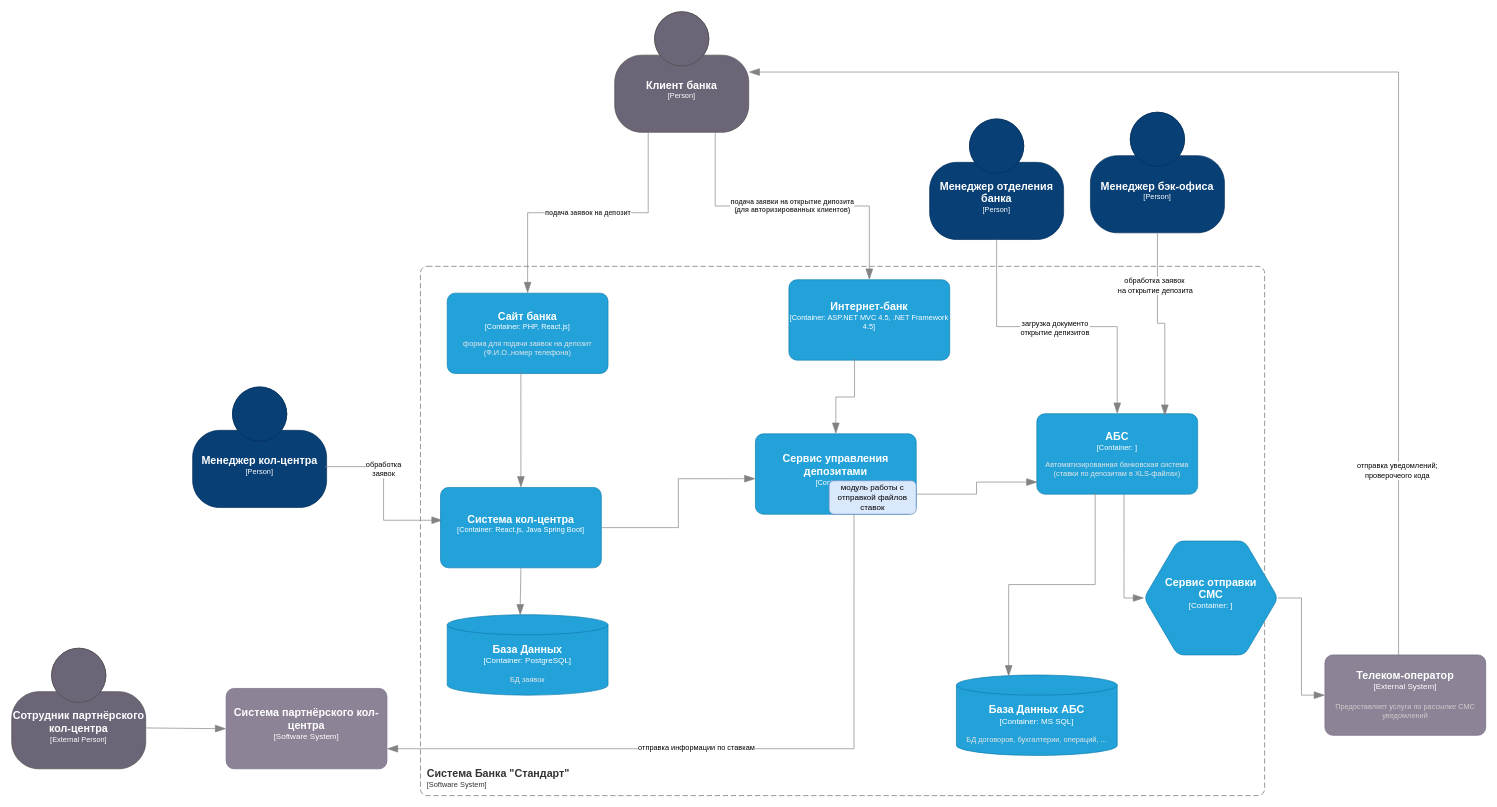
Above: Task4/container_diagram.drawio in drivenfw/architecture-standart (draw.io), before the change. Source tidied: cells renumbered, new cells numbered last; positions are measured from the earlier drawing's top-left corner, leaving out a move shared by most shapes. Both pictures are drawn from the tidied source at 67%, with x=0, y=0 at pixel (11, 11).
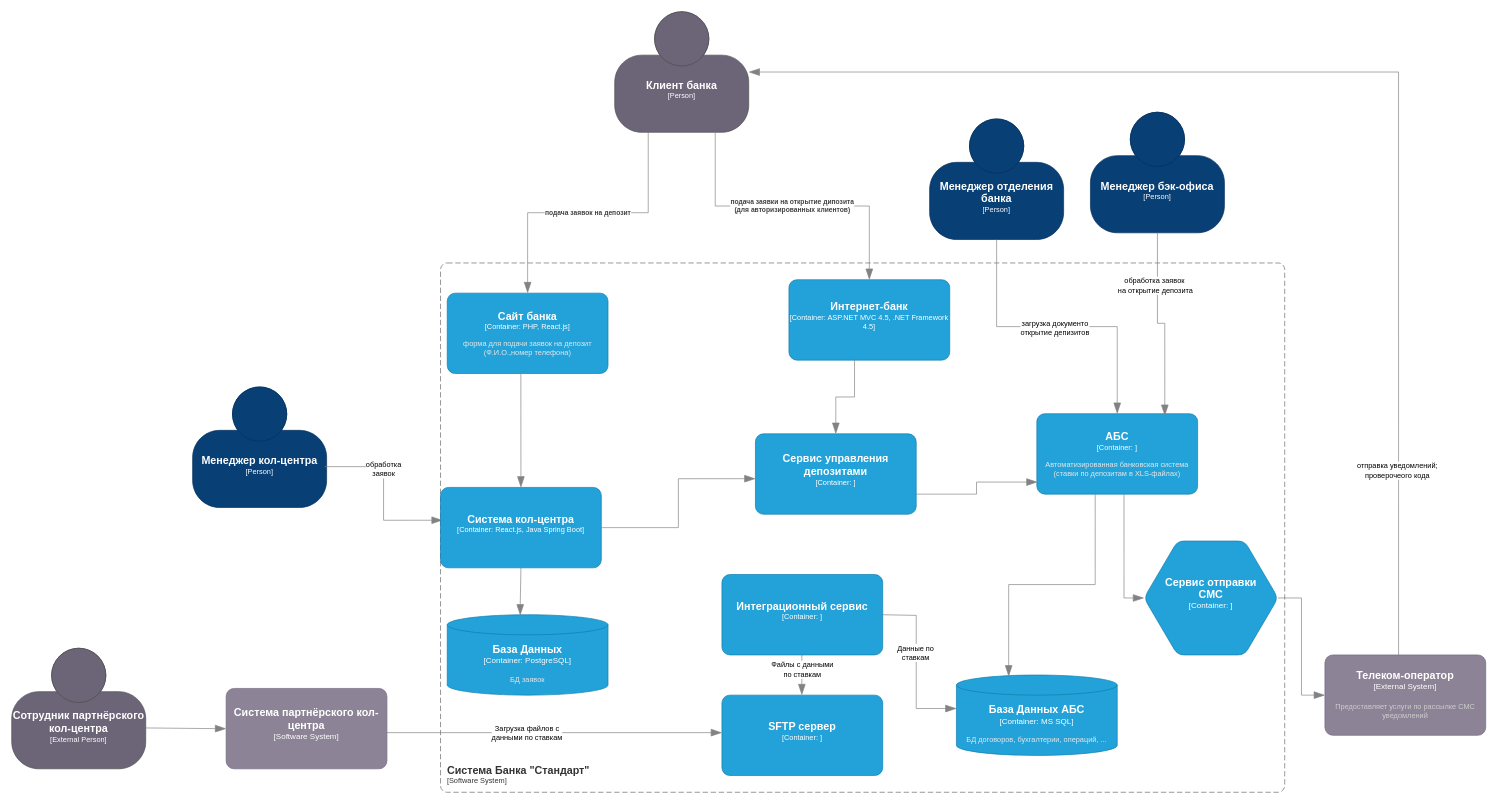
Above is the later version.

Unchanged cells that the change refers to:
```xml
<object id="26" label="&lt;font style=&quot;font-size: 16px&quot;&gt;&lt;b&gt;%c4Name%&lt;/b&gt;&lt;/font&gt;&lt;div&gt;[%c4Type%: %c4Technology%]&lt;/div&gt;&lt;br&gt;&lt;div&gt;&lt;font style=&quot;font-size: 11px&quot;&gt;&lt;font color=&quot;#E6E6E6&quot;&gt;%c4Description%&lt;/font&gt;&lt;/div&gt;" c4Description="" c4Name="Сервис управления&#10;депозитами" c4Technology="" c4Type="Container" placeholders="1">
  <mxCell style="rounded=1;whiteSpace=wrap;html=1;fontSize=11;labelBackgroundColor=none;fillColor=#23A2D9;fontColor=#ffffff;align=center;arcSize=10;strokeColor=#0E7DAD;points=[[0.25,0,0],[0.5,0,0],[0.75,0,0],[1,0.25,0],[1,0.5,0],[1,0.75,0],[0.75,1,0],[0.5,1,0],[0.25,1,0],[0,0.75,0],[0,0.5,0],[0,0.25,0]];" parent="1" vertex="1">
    <mxGeometry x="1110" y="630" width="240" height="120" as="geometry" />
  </mxCell>
</object>
<object id="34" label="&lt;font style=&quot;font-size: 16px&quot;&gt;&lt;b&gt;%c4Name%&lt;/b&gt;&lt;/font&gt;&lt;div&gt;[%c4Type%]&lt;/div&gt;&lt;br&gt;&lt;div&gt;&lt;font style=&quot;font-size: 11px&quot;&gt;&lt;font color=&quot;#cccccc&quot;&gt;%c4Description%&lt;/font&gt;&lt;/div&gt;" c4Description="" c4Name="Система партнёрского кол-центра" c4Type="Software System" placeholders="1">
  <mxCell style="rounded=1;whiteSpace=wrap;html=1;labelBackgroundColor=none;fillColor=#8C8496;fontColor=#ffffff;align=center;arcSize=10;strokeColor=#736782;points=[[0.25,0,0],[0.5,0,0],[0.75,0,0],[1,0.25,0],[1,0.5,0],[1,0.75,0],[0.75,1,0],[0.5,1,0],[0.25,1,0],[0,0.75,0],[0,0.5,0],[0,0.25,0]];" parent="1" vertex="1">
    <mxGeometry x="320" y="1010" width="240" height="120" as="geometry" />
  </mxCell>
</object>
```

Diff of the diagram source:
```diff
@@
     <object id="9" label="&lt;font style=&quot;font-size: 16px&quot;&gt;&lt;b&gt;&lt;div style=&quot;text-align: left&quot;&gt;%c4Name%&lt;/div&gt;&lt;/b&gt;&lt;/font&gt;&lt;div style=&quot;text-align: left&quot;&gt;[%c4Application%]&lt;/div&gt;" c4Application="Software System" c4Name="Система Банка &quot;Стандарт&quot;" placeholders="1">
       <mxCell style="rounded=1;fontSize=11;whiteSpace=wrap;html=1;dashed=1;arcSize=20;fillColor=none;strokeColor=#666666;fontColor=#333333;labelBackgroundColor=none;align=left;verticalAlign=bottom;labelBorderColor=none;spacingTop=0;spacing=10;dashPattern=8 4;perimeter=rectanglePerimeter;noLabel=0;labelPadding=0;absoluteArcSize=1;" parent="1" vertex="1">
-        <mxGeometry x="610" y="380" width="1260" height="790" as="geometry" />
+        <mxGeometry x="640" y="375" width="1260" height="790" as="geometry" />
       </mxCell>
     </object>
@@
-    <mxCell id="37" style="endArrow=blockThin;html=1;fontSize=10;fontColor=#404040;strokeWidth=1;endFill=1;strokeColor=#828282;elbow=vertical;endSize=14;startSize=14;jumpStyle=arc;jumpSize=16;rounded=0;edgeStyle=orthogonalEdgeStyle;exitX=0.613;exitY=0.992;exitDx=0;exitDy=0;exitPerimeter=0;entryX=1;entryY=0.75;entryDx=0;entryDy=0;entryPerimeter=0;" parent="1" edge="1" source="26" target="34">
-      <mxGeometry relative="1" as="geometry" />
-    </mxCell>
-    <mxCell id="38" value="отправка информации по ставкам" style="edgeLabel;html=1;align=center;verticalAlign=middle;" parent="37" vertex="1">
-      <mxGeometry x="0.12" y="-2" relative="1" as="geometry" />
-    </mxCell>
-    <mxCell id="39" value="модуль работы с отправкой файлов ставок" style="rounded=1;whiteSpace=wrap;html=1;fillColor=#dae8fc;strokeColor=#6c8ebf;gradientColor=none;" parent="1" vertex="1">
-      <mxGeometry x="1220" y="700" width="130" height="50" as="geometry" />
-    </mxCell>
+    <object id="40" label="&lt;font style=&quot;font-size: 16px&quot;&gt;&lt;b&gt;%c4Name%&lt;/b&gt;&lt;/font&gt;&lt;div&gt;[%c4Type%: %c4Technology%]&lt;/div&gt;&lt;br&gt;&lt;div&gt;&lt;font style=&quot;font-size: 11px&quot;&gt;&lt;font color=&quot;#E6E6E6&quot;&gt;%c4Description%&lt;/font&gt;&lt;/div&gt;" c4Description="" c4Name="Интеграционный сервис" c4Technology="" c4Type="Container" placeholders="1">
+      <mxCell style="rounded=1;whiteSpace=wrap;html=1;fontSize=11;labelBackgroundColor=none;fillColor=#23A2D9;fontColor=#ffffff;align=center;arcSize=10;strokeColor=#0E7DAD;" parent="1" vertex="1">
+        <mxGeometry x="1060" y="840" width="240" height="120" as="geometry" />
+      </mxCell>
+    </object>
+    <object id="41" label="&lt;font style=&quot;font-size: 16px&quot;&gt;&lt;b&gt;%c4Name%&lt;/b&gt;&lt;/font&gt;&lt;div&gt;[%c4Type%: %c4Technology%]&lt;/div&gt;&lt;br&gt;&lt;div&gt;&lt;font style=&quot;font-size: 11px&quot;&gt;&lt;font color=&quot;#E6E6E6&quot;&gt;%c4Description%&lt;/font&gt;&lt;/div&gt;" c4Description="" c4Name="SFTP сервер" c4Technology="" c4Type="Container" placeholders="1">
+      <mxCell style="rounded=1;whiteSpace=wrap;html=1;fontSize=11;labelBackgroundColor=none;fillColor=#23A2D9;fontColor=#ffffff;align=center;arcSize=10;strokeColor=#0E7DAD;" parent="1" vertex="1">
+        <mxGeometry x="1060" y="1020" width="240" height="120" as="geometry" />
+      </mxCell>
+    </object>
+    <mxCell id="42" style="endArrow=blockThin;html=1;fontSize=10;fontColor=#404040;strokeWidth=1;endFill=1;strokeColor=#828282;elbow=vertical;endSize=14;startSize=14;jumpStyle=arc;jumpSize=16;rounded=0;edgeStyle=orthogonalEdgeStyle;" parent="1" edge="1">
+      <mxGeometry relative="1" as="geometry">
+        <mxPoint x="1300" y="900" as="sourcePoint" />
+        <mxPoint x="1410" y="1040" as="targetPoint" />
+        <Array as="points">
+          <mxPoint x="1300" y="901" />
+          <mxPoint x="1350" y="901" />
+          <mxPoint x="1350" y="1040" />
+        </Array>
+      </mxGeometry>
+    </mxCell>
+    <mxCell id="43" value="Данные по&lt;div&gt;ставкам&lt;/div&gt;" style="edgeLabel;html=1;align=center;verticalAlign=middle;" parent="42" vertex="1">
+      <mxGeometry x="-0.15" y="-2" relative="1" as="geometry" />
+    </mxCell>
+    <mxCell id="44" style="endArrow=blockThin;html=1;fontSize=10;fontColor=#404040;strokeWidth=1;endFill=1;strokeColor=#828282;elbow=vertical;endSize=14;startSize=14;jumpStyle=arc;jumpSize=16;rounded=0;edgeStyle=orthogonalEdgeStyle;exitX=0.5;exitY=1;exitDx=0;exitDy=0;exitPerimeter=0;" parent="1" edge="1">
+      <mxGeometry relative="1" as="geometry">
+        <mxPoint x="1180.6" y="960" as="sourcePoint" />
+        <mxPoint x="1179.3" y="1020" as="targetPoint" />
+        <Array as="points">
+          <mxPoint x="1179" y="960" />
+        </Array>
+      </mxGeometry>
+    </mxCell>
+    <mxCell id="45" value="Файлы с данными&lt;div&gt;по ставкам&lt;/div&gt;" style="edgeLabel;html=1;align=center;verticalAlign=middle;" parent="44" vertex="1">
+      <mxGeometry x="-0.33" relative="1" as="geometry">
+        <mxPoint y="2" as="offset" />
+      </mxGeometry>
+    </mxCell>
+    <mxCell id="46" style="endArrow=blockThin;html=1;fontSize=10;fontColor=#404040;strokeWidth=1;endFill=1;strokeColor=#828282;elbow=vertical;endSize=14;startSize=14;jumpStyle=arc;jumpSize=16;rounded=0;edgeStyle=orthogonalEdgeStyle;exitX=1;exitY=0.5;exitDx=0;exitDy=0;exitPerimeter=0;" parent="1" edge="1">
+      <mxGeometry relative="1" as="geometry">
+        <mxPoint x="560" y="1076" as="sourcePoint" />
+        <mxPoint x="1060" y="1076" as="targetPoint" />
+      </mxGeometry>
+    </mxCell>
+    <mxCell id="47" value="Загрузка файлов с&lt;div&gt;данными по ставкам&lt;/div&gt;" style="edgeLabel;html=1;align=center;verticalAlign=middle;" parent="46" vertex="1">
+      <mxGeometry x="-0.17" relative="1" as="geometry" />
+    </mxCell>
```
